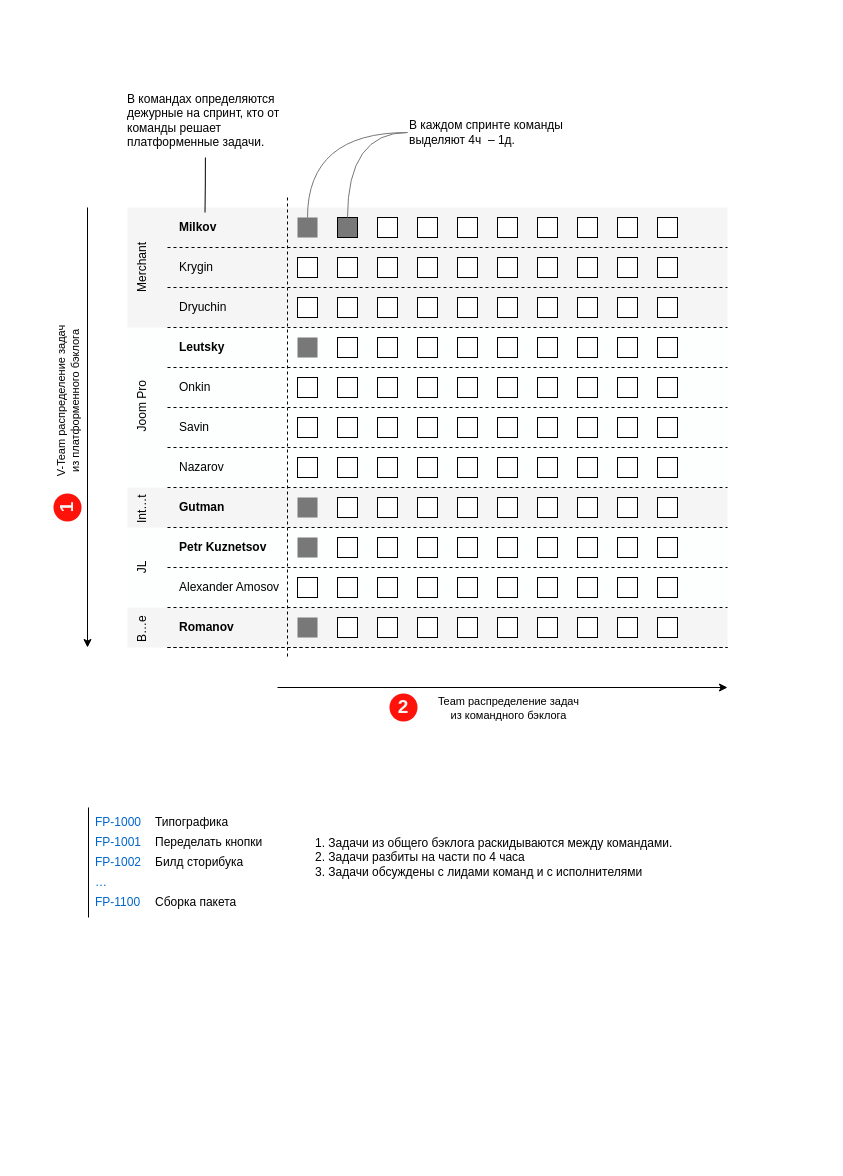
Earlier version of the draw.io diagram design-flow.drawio (ajile/draw-io). Source tidied: cells renumbered, new cells numbered last; positions are measured from the earlier drawing's top-left corner, leaving out a move shared by most shapes. Both pictures are drawn from the tidied source at 100%, with x=0, y=0 at pixel (53, 82).
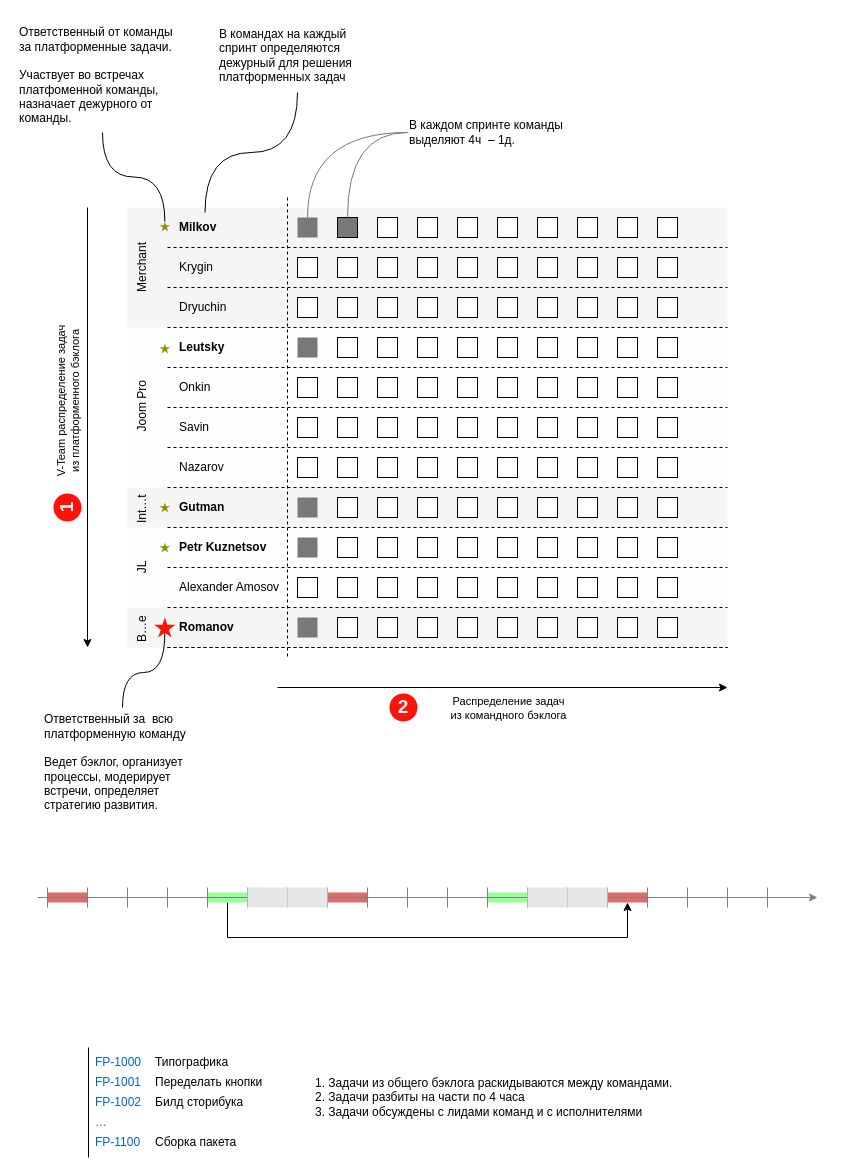
The same page after the edit.

Unchanged cells that the change refers to:
```xml
<mxCell id="164" style="endArrow=classic;html=1;rounded=0;" parent="1" edge="1">
  <mxGeometry relative="1" as="geometry">
    <mxPoint x="224" y="605" as="sourcePoint" />
    <mxPoint x="674" y="605" as="targetPoint" />
  </mxGeometry>
</mxCell>
```

The edit, as a diff of the source:
```diff
@@
+    <mxCell id="168" parent="0" />
+    <mxCell id="169" parent="0" />
+    <mxCell id="170" style="edgeStyle=orthogonalEdgeStyle;rounded=0;jettySize=auto;html=1;entryX=0.5;entryY=1;entryDx=0;entryDy=0;exitX=0.5;exitY=1;exitDx=0;exitDy=0;" parent="169" edge="1" source="171" target="175">
+      <mxGeometry relative="1" as="geometry">
+        <Array as="points">
+          <mxPoint x="174" y="855" />
+          <mxPoint x="574" y="855" />
+        </Array>
+      </mxGeometry>
+    </mxCell>
+    <mxCell id="171" style="rounded=0;whiteSpace=wrap;html=1;strokeColor=none;fillColor=#99FF99;" parent="169" vertex="1">
+      <mxGeometry x="154" y="810" width="40" height="10" as="geometry" />
+    </mxCell>
+    <mxCell id="172" style="rounded=0;whiteSpace=wrap;html=1;strokeColor=none;fillColor=#99FF99;" parent="169" vertex="1">
+      <mxGeometry x="434" y="810" width="40" height="10" as="geometry" />
+    </mxCell>
+    <mxCell id="173" style="rounded=0;whiteSpace=wrap;html=1;strokeColor=none;fillColor=#E06C6C;" parent="169" vertex="1">
+      <mxGeometry x="274" y="810" width="40" height="10" as="geometry" />
+    </mxCell>
+    <mxCell id="174" style="rounded=0;whiteSpace=wrap;html=1;strokeColor=none;fillColor=#E06C6C;" parent="169" vertex="1">
+      <mxGeometry x="-6" y="810" width="40" height="10" as="geometry" />
+    </mxCell>
+    <mxCell id="175" style="rounded=0;whiteSpace=wrap;html=1;strokeColor=none;fillColor=#E06C6C;fontStyle=1;" parent="169" vertex="1">
+      <mxGeometry x="554" y="810" width="40" height="10" as="geometry" />
+    </mxCell>
+    <mxCell id="176" style="endArrow=classic;html=1;rounded=0;strokeColor=#808080;" parent="169" edge="1">
+      <mxGeometry relative="1" as="geometry">
+        <mxPoint x="-16" y="815" as="sourcePoint" />
+        <mxPoint x="764" y="815" as="targetPoint" />
+      </mxGeometry>
+    </mxCell>
+    <mxCell id="177" style="endArrow=none;html=1;rounded=0;strokeColor=#808080;" parent="169" edge="1">
+      <mxGeometry relative="1" as="geometry">
+        <mxPoint x="34" y="825" as="sourcePoint" />
+        <mxPoint x="34" y="805" as="targetPoint" />
+      </mxGeometry>
+    </mxCell>
+    <mxCell id="178" style="endArrow=none;html=1;rounded=0;strokeColor=#808080;" parent="169" edge="1">
+      <mxGeometry relative="1" as="geometry">
+        <mxPoint x="74" y="825" as="sourcePoint" />
+        <mxPoint x="74" y="805" as="targetPoint" />
+      </mxGeometry>
+    </mxCell>
+    <mxCell id="179" style="endArrow=none;html=1;rounded=0;strokeColor=#808080;" parent="169" edge="1">
+      <mxGeometry relative="1" as="geometry">
+        <mxPoint x="114" y="825" as="sourcePoint" />
+        <mxPoint x="114" y="805" as="targetPoint" />
+      </mxGeometry>
+    </mxCell>
+    <mxCell id="180" style="endArrow=none;html=1;rounded=0;strokeColor=#808080;" parent="169" edge="1">
+      <mxGeometry relative="1" as="geometry">
+        <mxPoint x="154" y="825" as="sourcePoint" />
+        <mxPoint x="154" y="805" as="targetPoint" />
+      </mxGeometry>
+    </mxCell>
+    <mxCell id="181" style="endArrow=none;html=1;rounded=0;strokeColor=#808080;" parent="169" edge="1">
+      <mxGeometry relative="1" as="geometry">
+        <mxPoint x="194" y="825" as="sourcePoint" />
+        <mxPoint x="194" y="805" as="targetPoint" />
+      </mxGeometry>
+    </mxCell>
+    <mxCell id="182" style="endArrow=none;html=1;rounded=0;strokeColor=#808080;" parent="169" edge="1">
+      <mxGeometry relative="1" as="geometry">
+        <mxPoint x="-6" y="825" as="sourcePoint" />
+        <mxPoint x="-6" y="805" as="targetPoint" />
+      </mxGeometry>
+    </mxCell>
+    <mxCell id="183" style="endArrow=none;html=1;rounded=0;strokeColor=#808080;" parent="169" edge="1">
+      <mxGeometry relative="1" as="geometry">
+        <mxPoint x="234" y="825" as="sourcePoint" />
+        <mxPoint x="234" y="805" as="targetPoint" />
+      </mxGeometry>
+    </mxCell>
+    <mxCell id="184" style="endArrow=none;html=1;rounded=0;strokeColor=#808080;" parent="169" edge="1">
+      <mxGeometry relative="1" as="geometry">
+        <mxPoint x="274" y="825" as="sourcePoint" />
+        <mxPoint x="274" y="805" as="targetPoint" />
+      </mxGeometry>
+    </mxCell>
+    <mxCell id="185" style="endArrow=none;html=1;rounded=0;strokeColor=#808080;" parent="169" edge="1">
+      <mxGeometry relative="1" as="geometry">
+        <mxPoint x="314" y="825" as="sourcePoint" />
+        <mxPoint x="314" y="805" as="targetPoint" />
+      </mxGeometry>
+    </mxCell>
+    <mxCell id="186" style="endArrow=none;html=1;rounded=0;strokeColor=#808080;" parent="169" edge="1">
+      <mxGeometry relative="1" as="geometry">
+        <mxPoint x="354" y="825" as="sourcePoint" />
+        <mxPoint x="354" y="805" as="targetPoint" />
+      </mxGeometry>
+    </mxCell>
+    <mxCell id="187" style="endArrow=none;html=1;rounded=0;strokeColor=#808080;" parent="169" edge="1">
+      <mxGeometry relative="1" as="geometry">
+        <mxPoint x="394" y="825" as="sourcePoint" />
+        <mxPoint x="394" y="805" as="targetPoint" />
+      </mxGeometry>
+    </mxCell>
+    <mxCell id="188" style="endArrow=none;html=1;rounded=0;strokeColor=#808080;" parent="169" edge="1">
+      <mxGeometry relative="1" as="geometry">
+        <mxPoint x="434" y="825" as="sourcePoint" />
+        <mxPoint x="434" y="805" as="targetPoint" />
+      </mxGeometry>
+    </mxCell>
+    <mxCell id="189" style="endArrow=none;html=1;rounded=0;strokeColor=#808080;" parent="169" edge="1">
+      <mxGeometry relative="1" as="geometry">
+        <mxPoint x="474" y="825" as="sourcePoint" />
+        <mxPoint x="474" y="805" as="targetPoint" />
+      </mxGeometry>
+    </mxCell>
+    <mxCell id="190" style="endArrow=none;html=1;rounded=0;strokeColor=#808080;" parent="169" edge="1">
+      <mxGeometry relative="1" as="geometry">
+        <mxPoint x="514" y="825" as="sourcePoint" />
+        <mxPoint x="514" y="805" as="targetPoint" />
+      </mxGeometry>
+    </mxCell>
+    <mxCell id="191" style="endArrow=none;html=1;rounded=0;strokeColor=#808080;" parent="169" edge="1">
+      <mxGeometry relative="1" as="geometry">
+        <mxPoint x="554" y="825" as="sourcePoint" />
+        <mxPoint x="554" y="805" as="targetPoint" />
+      </mxGeometry>
+    </mxCell>
+    <mxCell id="192" style="endArrow=none;html=1;rounded=0;strokeColor=#808080;" parent="169" edge="1">
+      <mxGeometry relative="1" as="geometry">
+        <mxPoint x="594" y="825" as="sourcePoint" />
+        <mxPoint x="594" y="805" as="targetPoint" />
+      </mxGeometry>
+    </mxCell>
+    <mxCell id="193" style="endArrow=none;html=1;rounded=0;strokeColor=#808080;" parent="169" edge="1">
+      <mxGeometry relative="1" as="geometry">
+        <mxPoint x="634" y="825" as="sourcePoint" />
+        <mxPoint x="634" y="805" as="targetPoint" />
+      </mxGeometry>
+    </mxCell>
+    <mxCell id="194" style="endArrow=none;html=1;rounded=0;strokeColor=#808080;" parent="169" edge="1">
+      <mxGeometry relative="1" as="geometry">
+        <mxPoint x="674" y="825" as="sourcePoint" />
+        <mxPoint x="674" y="805" as="targetPoint" />
+      </mxGeometry>
+    </mxCell>
+    <mxCell id="195" style="endArrow=none;html=1;rounded=0;strokeColor=#808080;" parent="169" edge="1">
+      <mxGeometry relative="1" as="geometry">
+        <mxPoint x="714" y="825" as="sourcePoint" />
+        <mxPoint x="714" y="805" as="targetPoint" />
+      </mxGeometry>
+    </mxCell>
+    <mxCell id="196" style="rounded=0;whiteSpace=wrap;html=1;strokeColor=none;fillColor=#E6E6E6;" parent="169" vertex="1">
+      <mxGeometry x="234" y="805" width="40" height="20" as="geometry" />
+    </mxCell>
+    <mxCell id="197" style="rounded=0;whiteSpace=wrap;html=1;strokeColor=none;fillColor=#E6E6E6;" parent="169" vertex="1">
+      <mxGeometry x="194" y="805" width="40" height="20" as="geometry" />
+    </mxCell>
+    <mxCell id="198" style="rounded=0;whiteSpace=wrap;html=1;strokeColor=none;fillColor=#E6E6E6;" parent="169" vertex="1">
+      <mxGeometry x="514" y="805" width="40" height="20" as="geometry" />
+    </mxCell>
+    <mxCell id="199" style="rounded=0;whiteSpace=wrap;html=1;strokeColor=none;fillColor=#E6E6E6;" parent="169" vertex="1">
+      <mxGeometry x="474" y="805" width="40" height="20" as="geometry" />
+    </mxCell>
@@
     <mxCell id="109" value="FP-1000" style="text;html=1;strokeColor=none;fillColor=none;align=left;verticalAlign=middle;whiteSpace=wrap;rounded=0;fontColor=#0066CC;" parent="1" vertex="1">
-      <mxGeometry x="40" y="730" width="60" height="20" as="geometry" />
+      <mxGeometry x="40" y="970" width="60" height="20" as="geometry" />
     </mxCell>
     <mxCell id="110" value="FP-1001" style="text;html=1;strokeColor=none;fillColor=none;align=left;verticalAlign=middle;whiteSpace=wrap;rounded=0;fontColor=#0066CC;" parent="1" vertex="1">
-      <mxGeometry x="40" y="750" width="60" height="20" as="geometry" />
+      <mxGeometry x="40" y="990" width="60" height="20" as="geometry" />
     </mxCell>
     <mxCell id="111" value="FP-1002" style="text;html=1;strokeColor=none;fillColor=none;align=left;verticalAlign=middle;whiteSpace=wrap;rounded=0;fontColor=#0066CC;" parent="1" vertex="1">
-      <mxGeometry x="40" y="770" width="60" height="20" as="geometry" />
+      <mxGeometry x="40" y="1010" width="60" height="20" as="geometry" />
     </mxCell>
     <mxCell id="112" value="…" style="text;html=1;strokeColor=none;fillColor=none;align=left;verticalAlign=middle;whiteSpace=wrap;rounded=0;fontColor=#0066CC;" parent="1" vertex="1">
-      <mxGeometry x="40" y="790" width="60" height="20" as="geometry" />
+      <mxGeometry x="40" y="1030" width="60" height="20" as="geometry" />
     </mxCell>
     <mxCell id="113" value="FP-1100" style="text;html=1;strokeColor=none;fillColor=none;align=left;verticalAlign=middle;whiteSpace=wrap;rounded=0;fontColor=#0066CC;" parent="1" vertex="1">
-      <mxGeometry x="40" y="810" width="60" height="20" as="geometry" />
+      <mxGeometry x="40" y="1050" width="60" height="20" as="geometry" />
     </mxCell>
     <mxCell id="114" value="Типографика" style="text;html=1;strokeColor=none;fillColor=none;align=left;verticalAlign=middle;whiteSpace=wrap;rounded=0;" parent="1" vertex="1">
-      <mxGeometry x="100" y="732" width="340" height="15" as="geometry" />
+      <mxGeometry x="100" y="972" width="340" height="15" as="geometry" />
     </mxCell>
     <mxCell id="115" value="Переделать кнопки" style="text;html=1;strokeColor=none;fillColor=none;align=left;verticalAlign=middle;whiteSpace=wrap;rounded=0;" parent="1" vertex="1">
-      <mxGeometry x="100" y="752" width="340" height="15" as="geometry" />
+      <mxGeometry x="100" y="992" width="340" height="15" as="geometry" />
     </mxCell>
     <mxCell id="116" value="Билд сторибука" style="text;html=1;strokeColor=none;fillColor=none;align=left;verticalAlign=middle;whiteSpace=wrap;rounded=0;" parent="1" vertex="1">
-      <mxGeometry x="100" y="772" width="340" height="15" as="geometry" />
+      <mxGeometry x="100" y="1012" width="340" height="15" as="geometry" />
     </mxCell>
     <mxCell id="117" value="Сборка пакета" style="text;html=1;strokeColor=none;fillColor=none;align=left;verticalAlign=middle;whiteSpace=wrap;rounded=0;" parent="1" vertex="1">
-      <mxGeometry x="100" y="812" width="340" height="15" as="geometry" />
+      <mxGeometry x="100" y="1052" width="340" height="15" as="geometry" />
     </mxCell>
     <mxCell id="118" style="endArrow=none;html=1;rounded=0;" parent="1" edge="1">
       <mxGeometry relative="1" as="geometry">
-        <mxPoint x="35" y="835" as="sourcePoint" />
-        <mxPoint x="35" y="725" as="targetPoint" />
+        <mxPoint x="35" y="1075" as="sourcePoint" />
+        <mxPoint x="35" y="965" as="targetPoint" />
       </mxGeometry>
     </mxCell>
     <mxCell id="119" value="1. Задачи из общего бэклога раскидываются между командами.&lt;br&gt;2. Задачи разбиты на части по 4 часа&lt;br&gt;3. Задачи обсуждены с лидами команд и с исполнителями" style="text;html=1;strokeColor=none;fillColor=none;align=left;verticalAlign=middle;whiteSpace=wrap;rounded=0;" parent="1" vertex="1">
-      <mxGeometry x="260" y="750" width="440" height="50" as="geometry" />
+      <mxGeometry x="260" y="990" width="440" height="50" as="geometry" />
     </mxCell>
@@
-    <mxCell id="121" value="В командах определяются дежурные на спринт, кто от команды решает платформенные задачи." style="text;html=1;strokeColor=none;fillColor=none;align=left;verticalAlign=middle;whiteSpace=wrap;rounded=0;" parent="1" vertex="1">
-      <mxGeometry x="71.9" width="160" height="75" as="geometry" />
+    <mxCell id="121" value="В командах на каждый спринт определяются дежурный для решения платформенных задач" style="text;html=1;strokeColor=none;fillColor=none;align=left;verticalAlign=middle;whiteSpace=wrap;rounded=0;" parent="1" vertex="1">
+      <mxGeometry x="164" y="-65" width="160" height="75" as="geometry" />
     </mxCell>
@@
-    <mxCell id="165" value="Team распределение задач&lt;br&gt;из командного бэклога" style="edgeLabel;html=1;align=center;verticalAlign=middle;rotation=0;" parent="164" vertex="1">
+    <mxCell id="165" value="Распределение задач&lt;br&gt;из командного бэклога" style="edgeLabel;html=1;align=center;verticalAlign=middle;rotation=0;" parent="164" vertex="1">
       <mxGeometry x="-0.24" y="-1" relative="1" as="geometry">
         <mxPoint x="59" y="19" as="offset" />
       </mxGeometry>
     </mxCell>
@@
+    <mxCell id="200" style="verticalLabelPosition=bottom;verticalAlign=top;html=1;shape=mxgraph.basic.star;strokeColor=none;fillColor=#919100;" parent="1" vertex="1">
+      <mxGeometry x="106.1" y="139" width="10.5" height="10" as="geometry" />
+    </mxCell>
+    <mxCell id="201" style="verticalLabelPosition=bottom;verticalAlign=top;html=1;shape=mxgraph.basic.star;strokeColor=none;fillColor=#919100;" parent="1" vertex="1">
+      <mxGeometry x="106.1" y="261" width="10.5" height="10" as="geometry" />
+    </mxCell>
+    <mxCell id="202" style="verticalLabelPosition=bottom;verticalAlign=top;html=1;shape=mxgraph.basic.star;strokeColor=none;fillColor=#919100;" parent="1" vertex="1">
+      <mxGeometry x="106.1" y="420" width="10.5" height="10" as="geometry" />
+    </mxCell>
+    <mxCell id="203" style="verticalLabelPosition=bottom;verticalAlign=top;html=1;shape=mxgraph.basic.star;strokeColor=none;fillColor=#919100;" parent="1" vertex="1">
+      <mxGeometry x="106.1" y="460" width="10.5" height="10" as="geometry" />
+    </mxCell>
+    <mxCell id="204" style="verticalLabelPosition=bottom;verticalAlign=top;html=1;shape=mxgraph.basic.star;strokeColor=none;fillColor=#FF120A;" parent="1" vertex="1">
+      <mxGeometry x="100.8" y="535" width="21.1" height="20" as="geometry" />
+    </mxCell>
+    <mxCell id="205" style="edgeStyle=orthogonalEdgeStyle;rounded=0;jettySize=auto;html=1;entryX=0.5;entryY=0;entryDx=0;entryDy=0;entryPerimeter=0;endArrow=none;endFill=0;curved=1;" parent="1" edge="1" source="206" target="200">
+      <mxGeometry relative="1" as="geometry" />
+    </mxCell>
+    <mxCell id="206" value="Ответственный от команды за платформенные задачи.&lt;br&gt;&lt;br&gt;Участвует во встречах платфоменной команды, назначает дежурного от команды." style="text;html=1;strokeColor=none;fillColor=none;align=left;verticalAlign=middle;whiteSpace=wrap;rounded=0;" parent="1" vertex="1">
+      <mxGeometry x="-36" y="-65" width="170" height="115" as="geometry" />
+    </mxCell>
+    <mxCell id="207" style="edgeStyle=orthogonalEdgeStyle;rounded=0;jettySize=auto;html=1;entryX=0.5;entryY=0.76;entryDx=0;entryDy=0;entryPerimeter=0;endArrow=none;endFill=0;curved=1;" parent="1" edge="1" source="208" target="204">
+      <mxGeometry relative="1" as="geometry" />
+    </mxCell>
+    <mxCell id="208" value="Ответственный за&amp;nbsp; всю платформенную команду&lt;br&gt;&lt;br&gt;Ведет бэклог, организует процессы, модерирует встречи, определяет стратегию развития." style="text;html=1;strokeColor=none;fillColor=none;align=left;verticalAlign=middle;whiteSpace=wrap;rounded=0;" parent="1" vertex="1">
+      <mxGeometry x="-11" y="625" width="160" height="110" as="geometry" />
+    </mxCell>
```
